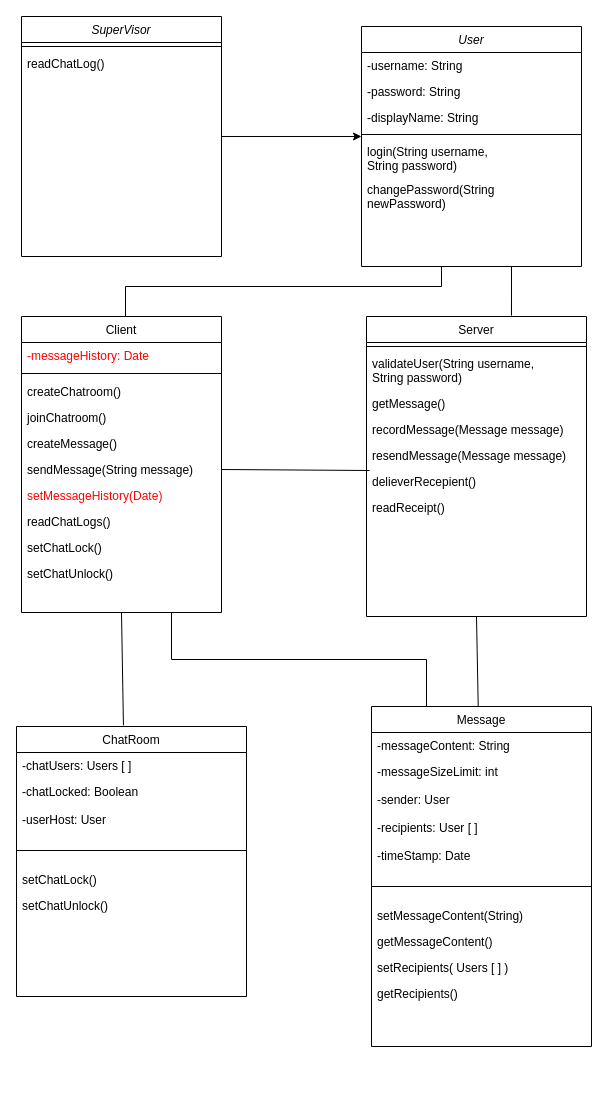
The draw.io diagram documents/Design Document Graphics/classes.drawio in tony9320/Group-4-Communications-System, before the edit. Source tidied: cells renumbered, new cells numbered last; positions are measured from the earlier drawing's top-left corner, leaving out a move shared by most shapes. Both pictures are drawn from the tidied source at 100%, with x=0, y=0 at pixel (16, 16).
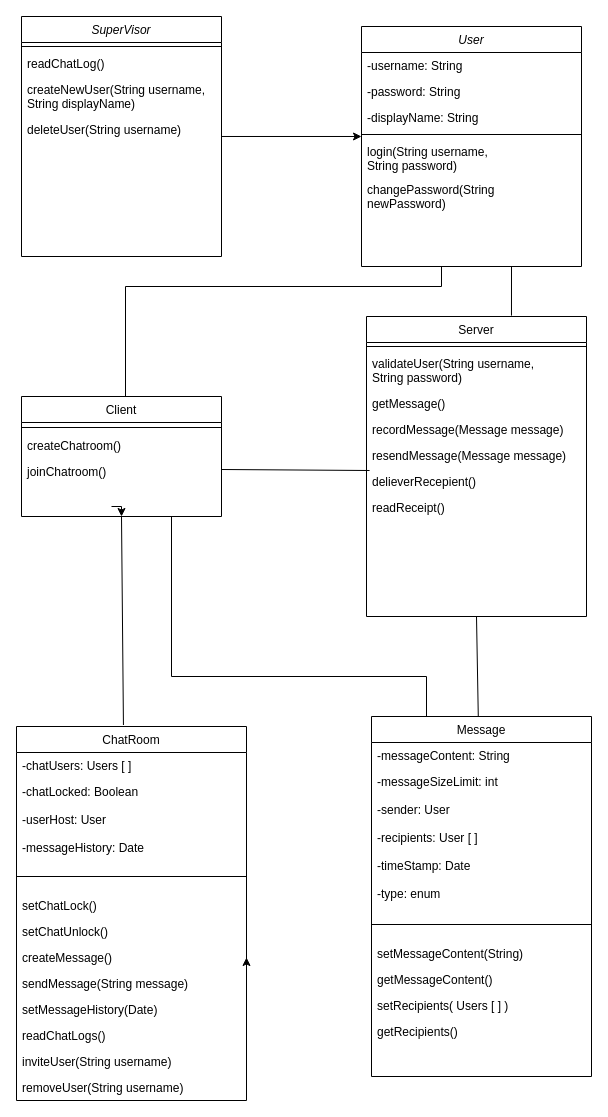
The same page after the edit.

Unchanged cells that the change refers to:
```xml
<mxCell id="29" value="delieverRecepient()" style="text;align=left;verticalAlign=top;spacingLeft=4;spacingRight=4;overflow=hidden;points=[[0,0.5],[1,0.5]];portConstraint=eastwest;" parent="23" vertex="1">
  <mxGeometry y="152" width="220" height="26" as="geometry" />
</mxCell>
<mxCell id="45" value="SuperVisor" style="swimlane;fontStyle=2;align=center;verticalAlign=top;horizontal=1;startSize=26;rounded=0;shadow=0;strokeWidth=1;" parent="1" vertex="1">
  <mxGeometry x="5" width="200" height="240" as="geometry" />
</mxCell>
```

Diff of the diagram source:
```diff
@@
     <mxCell id="11" value="Message" style="swimlane;fontStyle=0;align=center;verticalAlign=top;horizontal=1;startSize=26;rounded=0;shadow=0;strokeWidth=1;" parent="1" vertex="1">
-      <mxGeometry x="355" y="690" width="220" height="340" as="geometry" />
+      <mxGeometry x="355" y="700" width="220" height="360" as="geometry" />
     </mxCell>
@@
+    <mxCell id="56" value="-timeStamp: Date" style="text;align=left;verticalAlign=top;spacingLeft=4;spacingRight=4;overflow=hidden;rounded=0;shadow=0;html=0;" parent="11" vertex="1">
+      <mxGeometry y="136" width="220" height="28" as="geometry" />
+    </mxCell>
-    <mxCell id="16" value="-timeStamp: Date" style="text;align=left;verticalAlign=top;spacingLeft=4;spacingRight=4;overflow=hidden;rounded=0;shadow=0;html=0;" parent="11" vertex="1">
-      <mxGeometry y="136" width="220" height="28" as="geometry" />
+    <mxCell id="16" value="-type: enum" style="text;align=left;verticalAlign=top;spacingLeft=4;spacingRight=4;overflow=hidden;rounded=0;shadow=0;html=0;" parent="11" vertex="1">
+      <mxGeometry y="164" width="220" height="28" as="geometry" />
     </mxCell>
     <mxCell id="17" style="line;html=1;strokeWidth=1;align=left;verticalAlign=middle;spacingTop=-1;spacingLeft=3;spacingRight=3;labelPosition=right;" parent="11" vertex="1">
-      <mxGeometry y="164" width="220" height="32" as="geometry" />
+      <mxGeometry y="192" width="220" height="32" as="geometry" />
     </mxCell>
     <mxCell id="18" value="setMessageContent(String)" style="text;align=left;verticalAlign=top;spacingLeft=4;spacingRight=4;overflow=hidden;fontStyle=0;" parent="11" vertex="1">
-      <mxGeometry y="196" width="220" height="26" as="geometry" />
+      <mxGeometry y="224" width="220" height="26" as="geometry" />
     </mxCell>
     <mxCell id="19" value="getMessageContent()" style="text;align=left;verticalAlign=top;spacingLeft=4;spacingRight=4;overflow=hidden;" parent="11" vertex="1">
-      <mxGeometry y="222" width="220" height="26" as="geometry" />
+      <mxGeometry y="250" width="220" height="26" as="geometry" />
     </mxCell>
     <mxCell id="20" value="setRecipients( Users [ ] )" style="text;align=left;verticalAlign=top;spacingLeft=4;spacingRight=4;overflow=hidden;" parent="11" vertex="1">
-      <mxGeometry y="248" width="220" height="26" as="geometry" />
+      <mxGeometry y="276" width="220" height="26" as="geometry" />
     </mxCell>
     <mxCell id="21" value="getRecipients()" style="text;align=left;verticalAlign=top;spacingLeft=4;spacingRight=4;overflow=hidden;" parent="11" vertex="1">
-      <mxGeometry y="274" width="220" height="26" as="geometry" />
+      <mxGeometry y="302" width="220" height="26" as="geometry" />
     </mxCell>
@@
     <mxCell id="32" style="edgeStyle=orthogonalEdgeStyle;rounded=0;jettySize=auto;html=1;exitX=0.75;exitY=1;exitDx=0;exitDy=0;entryX=0.25;entryY=0;entryDx=0;entryDy=0;fontColor=#FF0000;endArrow=none;endFill=0;" parent="1" edge="1" source="33" target="11">
-      <mxGeometry relative="1" as="geometry" />
+      <mxGeometry relative="1" as="geometry">
+        <Array as="points">
+          <mxPoint x="155" y="660" />
+          <mxPoint x="410" y="660" />
+        </Array>
+      </mxGeometry>
     </mxCell>
+    <mxCell id="57" style="edgeStyle=orthogonalEdgeStyle;rounded=0;orthogonalLoop=1;jettySize=auto;html=1;" parent="1" edge="1">
+      <mxGeometry relative="1" as="geometry">
+        <mxPoint x="95" y="490" as="sourcePoint" />
+        <mxPoint x="105" y="500" as="targetPoint" />
+      </mxGeometry>
+    </mxCell>
     <mxCell id="33" value="Client" style="swimlane;fontStyle=0;align=center;verticalAlign=top;horizontal=1;startSize=26;rounded=0;shadow=0;strokeWidth=1;" parent="1" vertex="1">
-      <mxGeometry x="5" y="300" width="200" height="296" as="geometry" />
+      <mxGeometry x="5" y="380" width="200" height="120" as="geometry" />
     </mxCell>
-    <mxCell id="34" value="-messageHistory: Date" style="text;align=left;verticalAlign=top;spacingLeft=4;spacingRight=4;overflow=hidden;fontColor=#FF0000;" parent="33" vertex="1">
-      <mxGeometry y="26" width="200" height="26" as="geometry" />
-    </mxCell>
     <mxCell id="35" style="line;html=1;strokeWidth=1;align=left;verticalAlign=middle;spacingTop=-1;spacingLeft=3;spacingRight=3;labelPosition=right;" parent="33" vertex="1">
-      <mxGeometry y="52" width="200" height="10" as="geometry" />
+      <mxGeometry y="26" width="200" height="10" as="geometry" />
     </mxCell>
     <mxCell id="36" value="createChatroom()" style="text;align=left;verticalAlign=top;spacingLeft=4;spacingRight=4;overflow=hidden;" parent="33" vertex="1">
-      <mxGeometry y="62" width="200" height="26" as="geometry" />
+      <mxGeometry y="36" width="200" height="26" as="geometry" />
     </mxCell>
     <mxCell id="37" value="joinChatroom()" style="text;align=left;verticalAlign=top;spacingLeft=4;spacingRight=4;overflow=hidden;" parent="33" vertex="1">
-      <mxGeometry y="88" width="200" height="26" as="geometry" />
+      <mxGeometry y="62" width="200" height="26" as="geometry" />
     </mxCell>
-    <mxCell id="38" value="createMessage()" style="text;align=left;verticalAlign=top;spacingLeft=4;spacingRight=4;overflow=hidden;" parent="33" vertex="1">
-      <mxGeometry y="114" width="200" height="26" as="geometry" />
-    </mxCell>
-    <mxCell id="39" value="sendMessage(String message)" style="text;align=left;verticalAlign=top;spacingLeft=4;spacingRight=4;overflow=hidden;points=[[0,0.5],[1,0.5]];portConstraint=eastwest;" parent="33" vertex="1">
-      <mxGeometry y="140" width="200" height="26" as="geometry" />
-    </mxCell>
-    <mxCell id="40" value="setMessageHistory(Date)" style="text;align=left;verticalAlign=top;spacingLeft=4;spacingRight=4;overflow=hidden;fontColor=#FF0000;" parent="33" vertex="1">
-      <mxGeometry y="166" width="200" height="26" as="geometry" />
-    </mxCell>
-    <mxCell id="41" value="readChatLogs()" style="text;align=left;verticalAlign=top;spacingLeft=4;spacingRight=4;overflow=hidden;" parent="33" vertex="1">
-      <mxGeometry y="192" width="200" height="26" as="geometry" />
-    </mxCell>
-    <mxCell id="42" value="setChatLock()" style="text;align=left;verticalAlign=top;spacingLeft=4;spacingRight=4;overflow=hidden;" parent="33" vertex="1">
-      <mxGeometry y="218" width="200" height="26" as="geometry" />
-    </mxCell>
-    <mxCell id="43" value="setChatUnlock()" style="text;align=left;verticalAlign=top;spacingLeft=4;spacingRight=4;overflow=hidden;" parent="33" vertex="1">
-      <mxGeometry y="244" width="200" height="26" as="geometry" />
-    </mxCell>
@@
+    <mxCell id="58" value="readChatLog()" style="text;align=left;verticalAlign=top;spacingLeft=4;spacingRight=4;overflow=hidden;" parent="45" vertex="1">
+      <mxGeometry y="34" width="200" height="26" as="geometry" />
+    </mxCell>
+    <mxCell id="59" value="createNewUser(String username, &#10;String displayName)" style="text;align=left;verticalAlign=top;spacingLeft=4;spacingRight=4;overflow=hidden;" parent="45" vertex="1">
+      <mxGeometry y="60" width="200" height="40" as="geometry" />
+    </mxCell>
-    <mxCell id="47" value="readChatLog()" style="text;align=left;verticalAlign=top;spacingLeft=4;spacingRight=4;overflow=hidden;" parent="45" vertex="1">
-      <mxGeometry y="34" width="200" height="38" as="geometry" />
+    <mxCell id="47" value="deleteUser(String username)" style="text;align=left;verticalAlign=top;spacingLeft=4;spacingRight=4;overflow=hidden;" parent="45" vertex="1">
+      <mxGeometry y="100" width="200" height="40" as="geometry" />
     </mxCell>
     <mxCell id="48" value="ChatRoom" style="swimlane;fontStyle=0;align=center;verticalAlign=top;horizontal=1;startSize=26;rounded=0;shadow=0;strokeWidth=1;" parent="1" vertex="1">
-      <mxGeometry y="710" width="230" height="270" as="geometry" />
+      <mxGeometry y="710" width="230" height="374" as="geometry" />
     </mxCell>
@@
+    <mxCell id="34" value="-messageHistory: Date" style="text;align=left;verticalAlign=top;spacingLeft=4;spacingRight=4;overflow=hidden;fontColor=#000000;" parent="48" vertex="1">
+      <mxGeometry y="108" width="230" height="26" as="geometry" />
+    </mxCell>
     <mxCell id="52" style="line;html=1;strokeWidth=1;align=left;verticalAlign=middle;spacingTop=-1;spacingLeft=3;spacingRight=3;labelPosition=right;" parent="48" vertex="1">
-      <mxGeometry y="108" width="230" height="32" as="geometry" />
+      <mxGeometry y="134" width="230" height="32" as="geometry" />
     </mxCell>
     <mxCell id="53" value="setChatLock()" style="text;align=left;verticalAlign=top;spacingLeft=4;spacingRight=4;overflow=hidden;fontStyle=0;" parent="48" vertex="1">
-      <mxGeometry y="140" width="230" height="26" as="geometry" />
+      <mxGeometry y="166" width="230" height="26" as="geometry" />
     </mxCell>
     <mxCell id="54" value="setChatUnlock()" style="text;align=left;verticalAlign=top;spacingLeft=4;spacingRight=4;overflow=hidden;" parent="48" vertex="1">
-      <mxGeometry y="166" width="230" height="26" as="geometry" />
+      <mxGeometry y="192" width="230" height="26" as="geometry" />
     </mxCell>
+    <mxCell id="38" value="createMessage()" style="text;align=left;verticalAlign=top;spacingLeft=4;spacingRight=4;overflow=hidden;" parent="48" vertex="1">
+      <mxGeometry y="218" width="230" height="26" as="geometry" />
+    </mxCell>
+    <mxCell id="39" value="sendMessage(String message)" style="text;align=left;verticalAlign=top;spacingLeft=4;spacingRight=4;overflow=hidden;points=[[0,0.5],[1,0.5]];portConstraint=eastwest;" parent="48" vertex="1">
+      <mxGeometry y="244" width="230" height="26" as="geometry" />
+    </mxCell>
+    <mxCell id="40" value="setMessageHistory(Date)" style="text;align=left;verticalAlign=top;spacingLeft=4;spacingRight=4;overflow=hidden;fontColor=#000000;" parent="48" vertex="1">
+      <mxGeometry y="270" width="230" height="26" as="geometry" />
+    </mxCell>
+    <mxCell id="60" value="readChatLogs()" style="text;align=left;verticalAlign=top;spacingLeft=4;spacingRight=4;overflow=hidden;" parent="48" vertex="1">
+      <mxGeometry y="296" width="230" height="26" as="geometry" />
+    </mxCell>
+    <mxCell id="61" value="inviteUser(String username)" style="text;align=left;verticalAlign=top;spacingLeft=4;spacingRight=4;overflow=hidden;" parent="48" vertex="1">
+      <mxGeometry y="322" width="230" height="26" as="geometry" />
+    </mxCell>
+    <mxCell id="41" value="removeUser(String username)" style="text;align=left;verticalAlign=top;spacingLeft=4;spacingRight=4;overflow=hidden;" parent="48" vertex="1">
+      <mxGeometry y="348" width="230" height="26" as="geometry" />
+    </mxCell>
-    <mxCell id="55" style="edgeStyle=none;rounded=0;jettySize=auto;html=1;exitX=1;exitY=0.5;exitDx=0;exitDy=0;entryX=0.014;entryY=0.077;entryDx=0;entryDy=0;entryPerimeter=0;fontColor=#FF0000;endArrow=none;endFill=0;" parent="1" edge="1" source="39" target="29">
-      <mxGeometry relative="1" as="geometry" />
+    <mxCell id="55" style="edgeStyle=none;rounded=0;jettySize=auto;html=1;exitX=1;exitY=0.5;exitDx=0;exitDy=0;entryX=0.014;entryY=0.077;entryDx=0;entryDy=0;entryPerimeter=0;fontColor=#FF0000;endArrow=none;endFill=0;" parent="1" edge="1" target="29">
+      <mxGeometry relative="1" as="geometry">
+        <mxPoint x="205" y="453" as="sourcePoint" />
+      </mxGeometry>
     </mxCell>
+    <mxCell id="62" style="edgeStyle=orthogonalEdgeStyle;rounded=0;jettySize=auto;html=1;exitX=1;exitY=0.5;exitDx=0;exitDy=0;fontColor=#000000;" parent="1" edge="1" source="39">
+      <mxGeometry relative="1" as="geometry">
+        <mxPoint x="230" y="941" as="targetPoint" />
+      </mxGeometry>
+    </mxCell>
```
